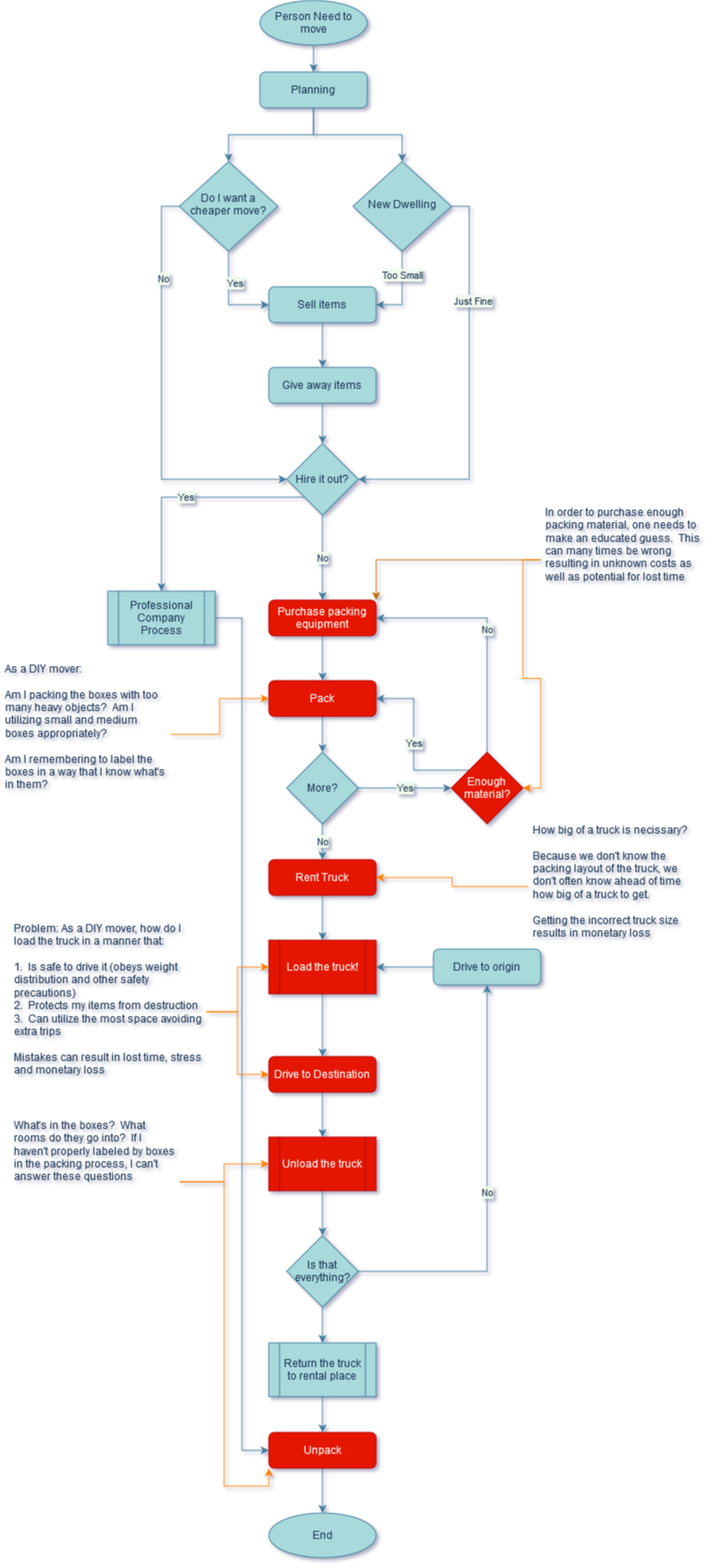
This is website/img/deliverables/Moving_High_Level_Overview.png from LP-76/load.in, a draw.io export, as it was before one commit. Source tidied: cells renumbered, new cells last; positions are measured from the earlier drawing's top-left corner, leaving out a move shared by most shapes.
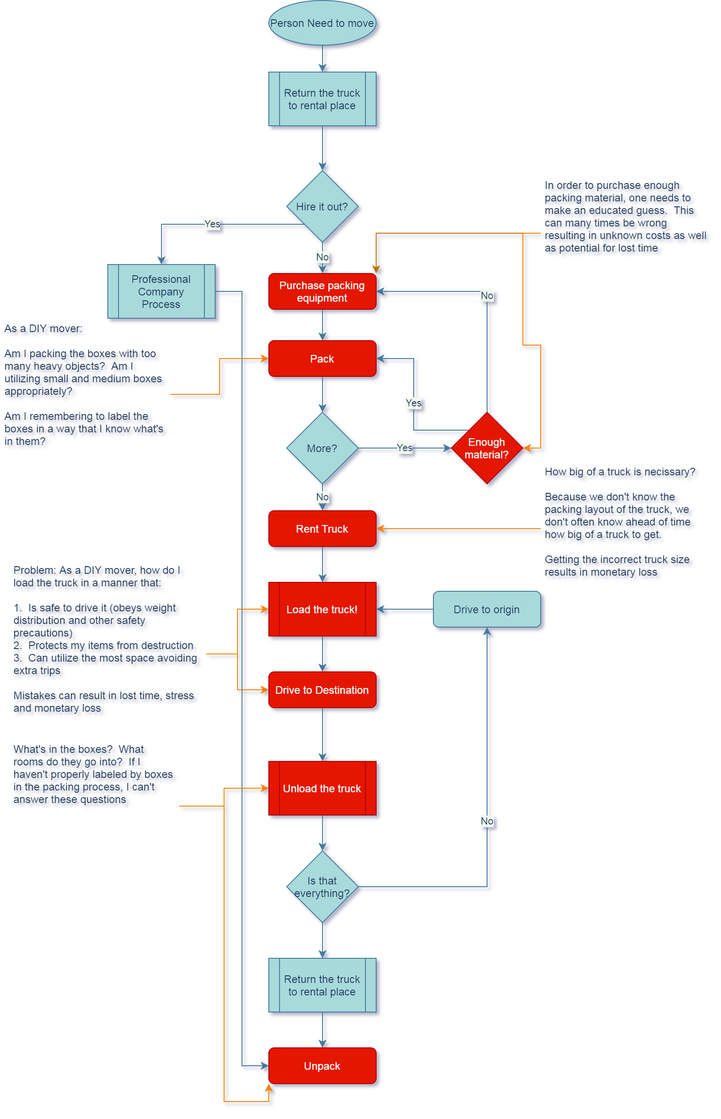
After the commit.

The edit, as a diff of the source:
```diff
@@ -2,66 +2,12 @@
   <root>
     <mxCell id="0" />
     <mxCell id="1" parent="0" />
-    <mxCell id="2" style="edgeStyle=orthogonalEdgeStyle;rounded=0;jettySize=auto;html=1;entryX=1;entryY=0.5;entryDx=0;entryDy=0;labelBackgroundColor=#F1FAEE;strokeColor=#457B9D;fontColor=#1D3557;" parent="1" edge="1" source="6" target="8">
-      <mxGeometry relative="1" as="geometry" />
-    </mxCell>
-    <mxCell id="3" value="Too Small" style="edgeLabel;html=1;align=center;verticalAlign=middle;labelBackgroundColor=#F1FAEE;fontColor=#1D3557;" parent="2" vertex="1">
-      <mxGeometry x="-0.41" y="-1" relative="1" as="geometry" />
-    </mxCell>
-    <mxCell id="4" style="edgeStyle=orthogonalEdgeStyle;rounded=0;jettySize=auto;html=1;entryX=1;entryY=0.5;entryDx=0;entryDy=0;exitX=1;exitY=0.5;exitDx=0;exitDy=0;labelBackgroundColor=#F1FAEE;strokeColor=#457B9D;fontColor=#1D3557;" parent="1" edge="1" source="6" target="24">
-      <mxGeometry relative="1" as="geometry" />
-    </mxCell>
-    <mxCell id="5" value="Just Fine" style="edgeLabel;html=1;align=center;verticalAlign=middle;labelBackgroundColor=#F1FAEE;fontColor=#1D3557;" parent="4" vertex="1">
-      <mxGeometry x="-0.44" y="3" relative="1" as="geometry" />
-    </mxCell>
-    <mxCell id="6" value="New Dwelling" style="rhombus;whiteSpace=wrap;html=1;shadow=0;fontFamily=Helvetica;fontSize=12;align=center;strokeWidth=1;spacing=6;spacingTop=-4;fillColor=#A8DADC;strokeColor=#457B9D;fontColor=#1D3557;" parent="1" vertex="1">
-      <mxGeometry x="394" y="180" width="110" height="100" as="geometry" />
-    </mxCell>
-    <mxCell id="7" style="edgeStyle=orthogonalEdgeStyle;rounded=0;jettySize=auto;html=1;exitX=0.5;exitY=1;exitDx=0;exitDy=0;labelBackgroundColor=#F1FAEE;strokeColor=#457B9D;fontColor=#1D3557;" parent="1" edge="1" source="8" target="16">
-      <mxGeometry relative="1" as="geometry" />
-    </mxCell>
-    <mxCell id="8" value="Sell items" style="rounded=1;whiteSpace=wrap;html=1;fontSize=12;glass=0;strokeWidth=1;shadow=0;fillColor=#A8DADC;strokeColor=#457B9D;fontColor=#1D3557;" parent="1" vertex="1">
-      <mxGeometry x="300" y="320" width="120" height="40" as="geometry" />
-    </mxCell>
-    <mxCell id="9" style="edgeStyle=orthogonalEdgeStyle;rounded=0;jettySize=auto;html=1;entryX=0.5;entryY=0;entryDx=0;entryDy=0;labelBackgroundColor=#F1FAEE;strokeColor=#457B9D;fontColor=#1D3557;" parent="1" edge="1" source="10" target="13">
+    <mxCell id="9" style="edgeStyle=orthogonalEdgeStyle;rounded=0;jettySize=auto;html=1;entryX=0.5;entryY=0;entryDx=0;entryDy=0;labelBackgroundColor=#F1FAEE;strokeColor=#457B9D;fontColor=#1D3557;" parent="1" edge="1" source="10" target="69">
       <mxGeometry relative="1" as="geometry" />
     </mxCell>
     <mxCell id="10" value="Person Need to move" style="ellipse;whiteSpace=wrap;html=1;fillColor=#A8DADC;strokeColor=#457B9D;fontColor=#1D3557;" parent="1" vertex="1">
-      <mxGeometry x="290" width="120" height="50" as="geometry" />
+      <mxGeometry x="330" width="120" height="50" as="geometry" />
     </mxCell>
-    <mxCell id="11" style="edgeStyle=orthogonalEdgeStyle;rounded=0;jettySize=auto;html=1;entryX=0.5;entryY=0;entryDx=0;entryDy=0;labelBackgroundColor=#F1FAEE;strokeColor=#457B9D;fontColor=#1D3557;" parent="1" edge="1" source="13" target="6">
-      <mxGeometry relative="1" as="geometry" />
-    </mxCell>
-    <mxCell id="12" style="edgeStyle=orthogonalEdgeStyle;rounded=0;jettySize=auto;html=1;entryX=0.5;entryY=0;entryDx=0;entryDy=0;exitX=0.5;exitY=1;exitDx=0;exitDy=0;labelBackgroundColor=#F1FAEE;strokeColor=#457B9D;fontColor=#1D3557;" parent="1" edge="1" source="13" target="21">
-      <mxGeometry relative="1" as="geometry" />
-    </mxCell>
-    <mxCell id="13" value="Planning" style="rounded=1;whiteSpace=wrap;html=1;fontSize=12;glass=0;strokeWidth=1;shadow=0;fillColor=#A8DADC;strokeColor=#457B9D;fontColor=#1D3557;" parent="1" vertex="1">
-      <mxGeometry x="290" y="80" width="120" height="40" as="geometry" />
-    </mxCell>
-    <mxCell id="14" value="End" style="ellipse;whiteSpace=wrap;html=1;fillColor=#A8DADC;strokeColor=#457B9D;fontColor=#1D3557;" parent="1" vertex="1">
-      <mxGeometry x="300" y="1690" width="120" height="50" as="geometry" />
-    </mxCell>
-    <mxCell id="15" style="edgeStyle=orthogonalEdgeStyle;rounded=0;jettySize=auto;html=1;entryX=0.5;entryY=0;entryDx=0;entryDy=0;labelBackgroundColor=#F1FAEE;strokeColor=#457B9D;fontColor=#1D3557;" parent="1" edge="1" source="16" target="24">
-      <mxGeometry relative="1" as="geometry" />
-    </mxCell>
-    <mxCell id="16" value="Give away items" style="rounded=1;whiteSpace=wrap;html=1;fontSize=12;glass=0;strokeWidth=1;shadow=0;fillColor=#A8DADC;strokeColor=#457B9D;fontColor=#1D3557;" parent="1" vertex="1">
-      <mxGeometry x="300" y="410" width="120" height="40" as="geometry" />
-    </mxCell>
-    <mxCell id="17" style="edgeStyle=orthogonalEdgeStyle;rounded=0;jettySize=auto;html=1;entryX=0;entryY=0.5;entryDx=0;entryDy=0;labelBackgroundColor=#F1FAEE;strokeColor=#457B9D;fontColor=#1D3557;" parent="1" edge="1" source="21" target="8">
-      <mxGeometry relative="1" as="geometry" />
-    </mxCell>
-    <mxCell id="18" value="Yes" style="edgeLabel;html=1;align=center;verticalAlign=middle;labelBackgroundColor=#F1FAEE;fontColor=#1D3557;" parent="17" vertex="1">
-      <mxGeometry x="-0.34" y="6" relative="1" as="geometry" />
-    </mxCell>
-    <mxCell id="19" style="edgeStyle=orthogonalEdgeStyle;rounded=0;jettySize=auto;html=1;entryX=0;entryY=0.5;entryDx=0;entryDy=0;exitX=0;exitY=0.5;exitDx=0;exitDy=0;labelBackgroundColor=#F1FAEE;strokeColor=#457B9D;fontColor=#1D3557;" parent="1" edge="1" source="21" target="24">
-      <mxGeometry relative="1" as="geometry" />
-    </mxCell>
-    <mxCell id="20" value="No" style="edgeLabel;html=1;align=center;verticalAlign=middle;labelBackgroundColor=#F1FAEE;fontColor=#1D3557;" parent="19" vertex="1">
-      <mxGeometry x="-0.57" y="1" relative="1" as="geometry" />
-    </mxCell>
-    <mxCell id="21" value="Do I want a cheaper move?" style="rhombus;whiteSpace=wrap;html=1;shadow=0;fontFamily=Helvetica;fontSize=12;align=center;strokeWidth=1;spacing=6;spacingTop=-4;fillColor=#A8DADC;strokeColor=#457B9D;fontColor=#1D3557;" parent="1" vertex="1">
-      <mxGeometry x="200" y="180" width="110" height="100" as="geometry" />
-    </mxCell>
     <mxCell id="22" value="No" style="edgeStyle=orthogonalEdgeStyle;rounded=0;jettySize=auto;html=1;labelBackgroundColor=#F1FAEE;strokeColor=#457B9D;fontColor=#1D3557;" parent="1" edge="1" source="24" target="26">
       <mxGeometry relative="1" as="geometry" />
     </mxCell>
@@ -69,19 +15,19 @@
       <mxGeometry relative="1" as="geometry" />
     </mxCell>
     <mxCell id="24" value="Hire it out?" style="rhombus;whiteSpace=wrap;html=1;fillColor=#A8DADC;strokeColor=#457B9D;fontColor=#1D3557;" parent="1" vertex="1">
-      <mxGeometry x="320" y="495" width="80" height="80" as="geometry" />
+      <mxGeometry x="350" y="190" width="80" height="80" as="geometry" />
     </mxCell>
     <mxCell id="25" style="edgeStyle=orthogonalEdgeStyle;rounded=0;jettySize=auto;html=1;labelBackgroundColor=#F1FAEE;strokeColor=#457B9D;fontColor=#1D3557;" parent="1" edge="1" source="26" target="28">
       <mxGeometry relative="1" as="geometry" />
     </mxCell>
     <mxCell id="26" value="Purchase packing equipment" style="rounded=1;whiteSpace=wrap;html=1;fontSize=12;glass=0;strokeWidth=1;shadow=0;fillColor=#e51400;strokeColor=#B20000;fontColor=#ffffff;" parent="1" vertex="1">
-      <mxGeometry x="300" y="670" width="120" height="40" as="geometry" />
+      <mxGeometry x="330" y="305" width="120" height="40" as="geometry" />
     </mxCell>
     <mxCell id="27" style="edgeStyle=orthogonalEdgeStyle;rounded=0;jettySize=auto;html=1;labelBackgroundColor=#F1FAEE;strokeColor=#457B9D;fontColor=#1D3557;" parent="1" edge="1" source="28" target="31">
       <mxGeometry relative="1" as="geometry" />
     </mxCell>
     <mxCell id="28" value="Pack" style="rounded=1;whiteSpace=wrap;html=1;fontSize=12;glass=0;strokeWidth=1;shadow=0;fillColor=#e51400;strokeColor=#B20000;fontColor=#ffffff;" parent="1" vertex="1">
-      <mxGeometry x="300" y="760" width="120" height="40" as="geometry" />
+      <mxGeometry x="330" y="380" width="120" height="40" as="geometry" />
     </mxCell>
     <mxCell id="29" value="Yes" style="edgeStyle=orthogonalEdgeStyle;rounded=0;jettySize=auto;html=1;labelBackgroundColor=#F1FAEE;strokeColor=#457B9D;fontColor=#1D3557;" parent="1" edge="1" source="31" target="34">
       <mxGeometry relative="1" as="geometry" />
@@ -90,7 +36,7 @@
       <mxGeometry relative="1" as="geometry" />
     </mxCell>
     <mxCell id="31" value="More?" style="rhombus;whiteSpace=wrap;html=1;fillColor=#A8DADC;strokeColor=#457B9D;fontColor=#1D3557;" parent="1" vertex="1">
-      <mxGeometry x="320" y="840" width="80" height="80" as="geometry" />
+      <mxGeometry x="350" y="460" width="80" height="80" as="geometry" />
     </mxCell>
     <mxCell id="32" value="No" style="edgeStyle=orthogonalEdgeStyle;rounded=0;jettySize=auto;html=1;entryX=1;entryY=0.5;entryDx=0;entryDy=0;exitX=0.5;exitY=0;exitDx=0;exitDy=0;labelBackgroundColor=#F1FAEE;strokeColor=#457B9D;fontColor=#1D3557;" parent="1" edge="1" source="34" target="26">
       <mxGeometry relative="1" as="geometry" />
@@ -99,31 +45,31 @@
       <mxGeometry relative="1" as="geometry" />
     </mxCell>
     <mxCell id="34" value="Enough material?" style="rhombus;whiteSpace=wrap;html=1;fillColor=#e51400;strokeColor=#B20000;fontColor=#ffffff;" parent="1" vertex="1">
-      <mxGeometry x="504" y="840" width="80" height="80" as="geometry" />
+      <mxGeometry x="534" y="460" width="80" height="80" as="geometry" />
     </mxCell>
     <mxCell id="35" style="edgeStyle=orthogonalEdgeStyle;rounded=0;jettySize=auto;html=1;labelBackgroundColor=#F1FAEE;strokeColor=#457B9D;fontColor=#1D3557;" parent="1" edge="1" source="36" target="38">
       <mxGeometry relative="1" as="geometry" />
     </mxCell>
     <mxCell id="36" value="Rent Truck" style="rounded=1;whiteSpace=wrap;html=1;fontSize=12;glass=0;strokeWidth=1;shadow=0;fillColor=#e51400;strokeColor=#B20000;fontColor=#ffffff;" parent="1" vertex="1">
-      <mxGeometry x="300" y="960" width="120" height="40" as="geometry" />
+      <mxGeometry x="330" y="570" width="120" height="40" as="geometry" />
     </mxCell>
     <mxCell id="37" style="edgeStyle=orthogonalEdgeStyle;rounded=0;jettySize=auto;html=1;labelBackgroundColor=#F1FAEE;strokeColor=#457B9D;fontColor=#1D3557;" parent="1" edge="1" source="38" target="40">
       <mxGeometry relative="1" as="geometry" />
     </mxCell>
     <mxCell id="38" value="Load the truck!" style="shape=process;whiteSpace=wrap;html=1;backgroundOutline=1;fillColor=#e51400;strokeColor=#B20000;fontColor=#ffffff;" parent="1" vertex="1">
-      <mxGeometry x="300" y="1050" width="120" height="60" as="geometry" />
+      <mxGeometry x="330" y="650" width="120" height="60" as="geometry" />
     </mxCell>
     <mxCell id="39" style="edgeStyle=orthogonalEdgeStyle;rounded=0;jettySize=auto;html=1;labelBackgroundColor=#F1FAEE;strokeColor=#457B9D;fontColor=#1D3557;" parent="1" edge="1" source="40" target="42">
       <mxGeometry relative="1" as="geometry" />
     </mxCell>
     <mxCell id="40" value="Drive to Destination" style="rounded=1;whiteSpace=wrap;html=1;fontSize=12;glass=0;strokeWidth=1;shadow=0;fillColor=#e51400;strokeColor=#B20000;fontColor=#ffffff;" parent="1" vertex="1">
-      <mxGeometry x="300" y="1180" width="120" height="40" as="geometry" />
+      <mxGeometry x="330" y="750" width="120" height="40" as="geometry" />
     </mxCell>
     <mxCell id="41" style="edgeStyle=orthogonalEdgeStyle;rounded=0;jettySize=auto;html=1;labelBackgroundColor=#F1FAEE;strokeColor=#457B9D;fontColor=#1D3557;" parent="1" edge="1" source="42" target="45">
       <mxGeometry relative="1" as="geometry" />
     </mxCell>
     <mxCell id="42" value="Unload the truck" style="shape=process;whiteSpace=wrap;html=1;backgroundOutline=1;fillColor=#e51400;strokeColor=#B20000;fontColor=#ffffff;" parent="1" vertex="1">
-      <mxGeometry x="300" y="1270" width="120" height="60" as="geometry" />
+      <mxGeometry x="330" y="850" width="120" height="60" as="geometry" />
     </mxCell>
     <mxCell id="43" value="No" style="edgeStyle=orthogonalEdgeStyle;rounded=0;jettySize=auto;html=1;entryX=0.5;entryY=1;entryDx=0;entryDy=0;labelBackgroundColor=#F1FAEE;strokeColor=#457B9D;fontColor=#1D3557;" parent="1" edge="1" source="45" target="47">
       <mxGeometry relative="1" as="geometry" />
@@ -132,31 +78,28 @@
       <mxGeometry relative="1" as="geometry" />
     </mxCell>
     <mxCell id="45" value="Is that everything?" style="rhombus;whiteSpace=wrap;html=1;fillColor=#A8DADC;strokeColor=#457B9D;fontColor=#1D3557;" parent="1" vertex="1">
-      <mxGeometry x="320" y="1380" width="80" height="80" as="geometry" />
+      <mxGeometry x="350" y="950" width="80" height="80" as="geometry" />
     </mxCell>
     <mxCell id="46" style="edgeStyle=orthogonalEdgeStyle;rounded=0;jettySize=auto;html=1;labelBackgroundColor=#F1FAEE;strokeColor=#457B9D;fontColor=#1D3557;" parent="1" edge="1" source="47" target="38">
       <mxGeometry relative="1" as="geometry" />
     </mxCell>
     <mxCell id="47" value="Drive to origin" style="rounded=1;whiteSpace=wrap;html=1;fontSize=12;glass=0;strokeWidth=1;shadow=0;fillColor=#A8DADC;strokeColor=#457B9D;fontColor=#1D3557;" parent="1" vertex="1">
-      <mxGeometry x="484" y="1060" width="120" height="40" as="geometry" />
+      <mxGeometry x="514" y="660" width="120" height="40" as="geometry" />
     </mxCell>
     <mxCell id="48" style="edgeStyle=orthogonalEdgeStyle;rounded=0;jettySize=auto;html=1;labelBackgroundColor=#F1FAEE;strokeColor=#457B9D;fontColor=#1D3557;" parent="1" edge="1" source="49" target="51">
       <mxGeometry relative="1" as="geometry" />
     </mxCell>
     <mxCell id="49" value="Return the truck to rental place" style="shape=process;whiteSpace=wrap;html=1;backgroundOutline=1;fillColor=#A8DADC;strokeColor=#457B9D;fontColor=#1D3557;" parent="1" vertex="1">
-      <mxGeometry x="300" y="1500" width="120" height="60" as="geometry" />
+      <mxGeometry x="330" y="1070" width="120" height="60" as="geometry" />
     </mxCell>
-    <mxCell id="50" style="edgeStyle=orthogonalEdgeStyle;rounded=0;jettySize=auto;html=1;labelBackgroundColor=#F1FAEE;strokeColor=#457B9D;fontColor=#1D3557;" parent="1" edge="1" source="51" target="14">
-      <mxGeometry relative="1" as="geometry" />
-    </mxCell>
     <mxCell id="51" value="Unpack" style="rounded=1;whiteSpace=wrap;html=1;fontSize=12;glass=0;strokeWidth=1;shadow=0;fillColor=#e51400;strokeColor=#B20000;fontColor=#ffffff;" parent="1" vertex="1">
-      <mxGeometry x="300" y="1600" width="120" height="40" as="geometry" />
+      <mxGeometry x="330" y="1170" width="120" height="40" as="geometry" />
     </mxCell>
     <mxCell id="52" style="edgeStyle=orthogonalEdgeStyle;rounded=0;jettySize=auto;html=1;entryX=0;entryY=0.5;entryDx=0;entryDy=0;labelBackgroundColor=#F1FAEE;strokeColor=#457B9D;fontColor=#1D3557;" parent="1" edge="1" source="53" target="51">
       <mxGeometry relative="1" as="geometry" />
     </mxCell>
     <mxCell id="53" value="Professional Company Process" style="shape=process;whiteSpace=wrap;html=1;backgroundOutline=1;fillColor=#A8DADC;strokeColor=#457B9D;fontColor=#1D3557;" parent="1" vertex="1">
-      <mxGeometry x="120" y="660" width="120" height="60" as="geometry" />
+      <mxGeometry x="150" y="295" width="120" height="60" as="geometry" />
     </mxCell>
     <mxCell id="54" style="edgeStyle=orthogonalEdgeStyle;rounded=0;jettySize=auto;html=1;strokeColor=#BD7000;entryX=1;entryY=0;entryDx=0;entryDy=0;labelBackgroundColor=#F1FAEE;fontColor=#1D3557;fillColor=#f0a30a;" parent="1" edge="1" source="56" target="26">
       <mxGeometry relative="1" as="geometry" />
@@ -165,13 +108,13 @@
       <mxGeometry relative="1" as="geometry" />
     </mxCell>
     <mxCell id="56" value="In order to purchase enough packing material, one needs to make an educated guess.&amp;nbsp; This can many times be wrong resulting in unknown costs as well as potential for lost time" style="text;html=1;strokeColor=none;fillColor=none;spacing=5;spacingTop=-20;whiteSpace=wrap;overflow=hidden;rounded=0;fontColor=#1D3557;" parent="1" vertex="1">
-      <mxGeometry x="604" y="575" width="190" height="100" as="geometry" />
+      <mxGeometry x="634" y="210" width="190" height="100" as="geometry" />
     </mxCell>
     <mxCell id="57" style="edgeStyle=orthogonalEdgeStyle;rounded=0;jettySize=auto;html=1;labelBackgroundColor=#F1FAEE;fontColor=#1D3557;strokeColor=#FF8000;" parent="1" edge="1" source="58" target="36">
       <mxGeometry relative="1" as="geometry" />
     </mxCell>
     <mxCell id="58" value="&lt;div&gt;How big of a truck is necissary?&lt;/div&gt;&lt;div&gt;&lt;br&gt;&lt;/div&gt;&lt;div&gt;Because we don't know the packing layout of the truck, we don't often know ahead of time how big of a truck to get.&lt;/div&gt;&lt;div&gt;&lt;br&gt;&lt;/div&gt;&lt;div&gt;Getting the incorrect truck size results in monetary loss&lt;br&gt;&lt;/div&gt;" style="text;html=1;strokeColor=none;fillColor=none;spacing=5;spacingTop=-20;whiteSpace=wrap;overflow=hidden;rounded=0;fontColor=#1D3557;" parent="1" vertex="1">
-      <mxGeometry x="590" y="930" width="190" height="120" as="geometry" />
+      <mxGeometry x="634" y="530" width="190" height="120" as="geometry" />
     </mxCell>
     <mxCell id="59" style="edgeStyle=orthogonalEdgeStyle;rounded=0;jettySize=auto;html=1;labelBackgroundColor=#F1FAEE;fontColor=#1D3557;strokeColor=#FF8000;" parent="1" edge="1" source="61" target="38">
       <mxGeometry relative="1" as="geometry" />
@@ -180,7 +123,7 @@
       <mxGeometry relative="1" as="geometry" />
     </mxCell>
     <mxCell id="61" value="&lt;div&gt;Problem: As a DIY mover, how do I load the truck in a manner that:&lt;/div&gt;&lt;div&gt;&lt;br&gt;&lt;/div&gt;&lt;div&gt;1.&amp;nbsp; Is safe to drive it (obeys weight distribution and other safety precautions)&lt;br&gt;&lt;/div&gt;&lt;div&gt;2.&amp;nbsp; Protects my items from destruction&lt;/div&gt;&lt;div&gt;3.&amp;nbsp; Can utilize the most space avoiding extra trips&lt;/div&gt;&lt;div&gt;&lt;br&gt;&lt;/div&gt;&lt;div&gt;Mistakes can result in lost time, stress and monetary loss&lt;br&gt;&lt;/div&gt;" style="text;html=1;strokeColor=none;fillColor=none;spacing=5;spacingTop=-20;whiteSpace=wrap;overflow=hidden;rounded=0;fontColor=#1D3557;" parent="1" vertex="1">
-      <mxGeometry x="10" y="1040" width="220" height="180" as="geometry" />
+      <mxGeometry x="40" y="640" width="220" height="180" as="geometry" />
     </mxCell>
     <mxCell id="62" style="edgeStyle=orthogonalEdgeStyle;rounded=0;jettySize=auto;html=1;entryX=0;entryY=0.5;entryDx=0;entryDy=0;labelBackgroundColor=#F1FAEE;fontColor=#1D3557;strokeColor=#FF8000;" parent="1" edge="1" source="64" target="42">
       <mxGeometry relative="1" as="geometry" />
@@ -189,7 +132,7 @@
       <mxGeometry relative="1" as="geometry" />
     </mxCell>
     <mxCell id="64" value="What's in the boxes?&amp;nbsp; What rooms do they go into?&amp;nbsp; If I haven't properly labeled by boxes in the packing process, I can't answer these questions" style="text;html=1;strokeColor=none;fillColor=none;spacing=5;spacingTop=-20;whiteSpace=wrap;overflow=hidden;rounded=0;fontColor=#1D3557;" parent="1" vertex="1">
-      <mxGeometry x="10" y="1260" width="190" height="120" as="geometry" />
+      <mxGeometry x="40" y="840" width="190" height="120" as="geometry" />
     </mxCell>
     <mxCell id="65" style="edgeStyle=orthogonalEdgeStyle;rounded=0;orthogonalLoop=1;jettySize=auto;html=1;exitX=0.5;exitY=1;exitDx=0;exitDy=0;strokeColor=#457B9D;labelBackgroundColor=#F1FAEE;fontColor=#1D3557;" parent="1" edge="1" source="64" target="64">
       <mxGeometry relative="1" as="geometry" />
@@ -198,7 +141,13 @@
       <mxGeometry relative="1" as="geometry" />
     </mxCell>
     <mxCell id="67" value="&lt;div&gt;As a DIY mover:&lt;/div&gt;&lt;div&gt;&lt;br&gt;&lt;/div&gt;&lt;div&gt;Am I packing the boxes with too many heavy objects?&amp;nbsp; Am I utilizing small and medium boxes appropriately?&lt;br&gt;&lt;/div&gt;&lt;div&gt;&lt;br&gt;&lt;/div&gt;&lt;div&gt;Am I remembering to label the boxes in a way that I know what's in them?&lt;br&gt;&lt;/div&gt;" style="text;html=1;strokeColor=none;fillColor=none;spacing=5;spacingTop=-20;whiteSpace=wrap;overflow=hidden;rounded=0;fontColor=#1D3557;" parent="1" vertex="1">
-      <mxGeometry y="750" width="190" height="140" as="geometry" />
+      <mxGeometry x="30" y="370" width="190" height="140" as="geometry" />
     </mxCell>
+    <mxCell id="68" style="edgeStyle=orthogonalEdgeStyle;rounded=0;jettySize=auto;html=1;entryX=0.5;entryY=0;entryDx=0;entryDy=0;strokeColor=#457B9D;" parent="1" edge="1" source="69" target="24">
+      <mxGeometry relative="1" as="geometry" />
+    </mxCell>
+    <mxCell id="69" value="Return the truck to rental place" style="shape=process;whiteSpace=wrap;html=1;backgroundOutline=1;fillColor=#A8DADC;strokeColor=#457B9D;fontColor=#1D3557;" parent="1" vertex="1">
+      <mxGeometry x="330" y="80" width="120" height="60" as="geometry" />
+    </mxCell>
   </root>
 </mxGraphModel>
```
